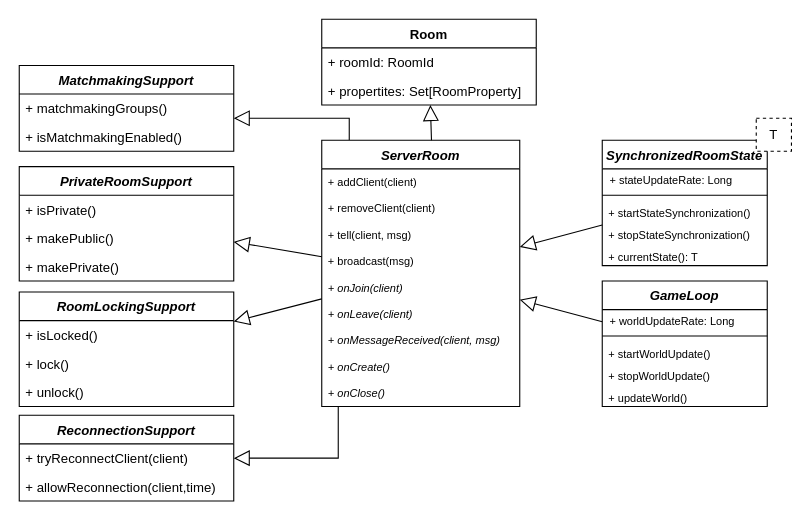
Before: page "server" (4 of 4) of doc/diagrams/common/room/room-class.drawio in StefanoSalvatori/PPS-18-scala-omg, a draw.io diagram. Source tidied: cells renumbered, new cells numbered last; positions are measured from the earlier drawing's top-left corner, leaving out a move shared by most shapes. Both pictures are drawn from the tidied source at 110%, with x=0, y=0 at pixel (19, 19).
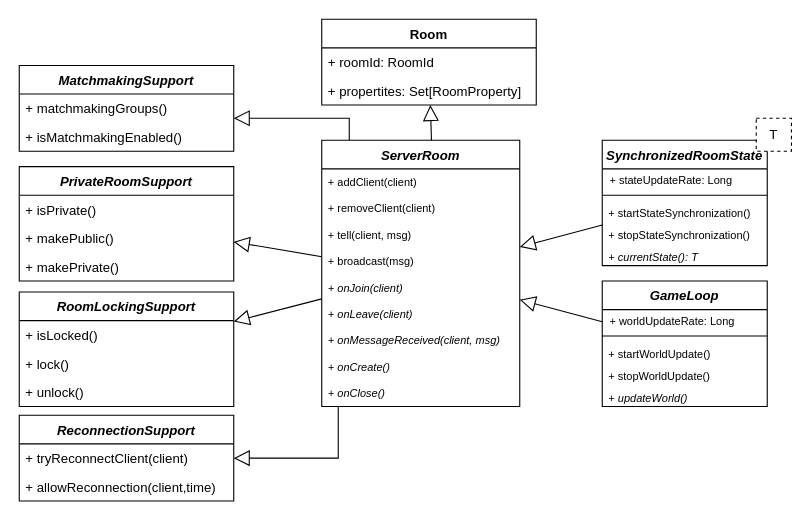
Above is the later version.

The change refers to these unchanged cells:
```xml
<mxCell id="22" value="SynchronizedRoomState" style="swimlane;fontStyle=3;align=center;verticalAlign=top;horizontal=1;startSize=26;labelBackgroundColor=none;" parent="1" vertex="1">
  <mxGeometry x="530" y="110" width="150" height="114" as="geometry" />
</mxCell>
<mxCell id="28" value="GameLoop" style="swimlane;fontStyle=3;align=center;verticalAlign=top;horizontal=1;startSize=26;labelBackgroundColor=none;" parent="1" vertex="1">
  <mxGeometry x="530" y="238" width="150" height="114" as="geometry" />
</mxCell>
```

What changed in the source:
```diff
@@
-    <mxCell id="27" value="+ currentState(): T" style="text;strokeColor=none;fillColor=none;align=left;verticalAlign=top;spacingLeft=4;spacingRight=4;overflow=hidden;fontSize=10;" parent="22" vertex="1">
+    <mxCell id="27" value="+ currentState(): T" style="text;strokeColor=none;fillColor=none;align=left;verticalAlign=top;spacingLeft=4;spacingRight=4;overflow=hidden;fontSize=10;fontStyle=2;" parent="22" vertex="1">
       <mxGeometry y="94" width="150" height="20" as="geometry" />
     </mxCell>
@@
-    <mxCell id="33" value="+ updateWorld()" style="text;strokeColor=none;fillColor=none;align=left;verticalAlign=top;spacingLeft=4;spacingRight=4;overflow=hidden;fontSize=10;" parent="28" vertex="1">
+    <mxCell id="33" value="+ updateWorld()" style="text;strokeColor=none;fillColor=none;align=left;verticalAlign=top;spacingLeft=4;spacingRight=4;overflow=hidden;fontSize=10;fontStyle=2;" parent="28" vertex="1">
       <mxGeometry y="94" width="150" height="20" as="geometry" />
     </mxCell>
```
